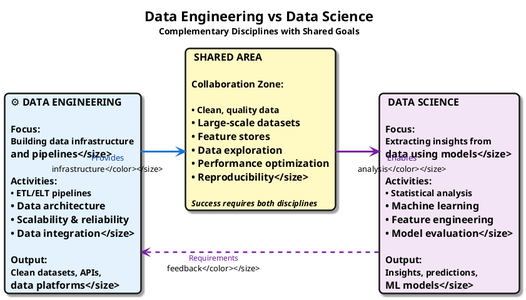
Earlier version of the PlantUML export diagrams/week01/week1_de_vs_ds.png (OrPerets/data-engineering-course).
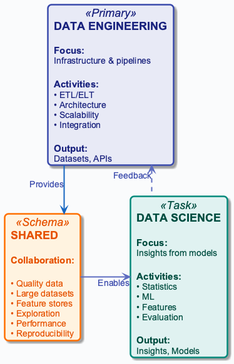
Later version of the same file.

The edit, as a diff of the source:
```diff
@@ -1,34 +1,15 @@
 @startuml
-left to right direction
-skinparam defaultFontName "Segoe UI, Helvetica, sans-serif"
-skinparam defaultFontSize 16
-skinparam roundcorner 15
-skinparam shadowing true
-skinparam linetype ortho
-skinparam nodesep 50
-skinparam ranksep 70
+!include ../_template_styles.puml
+top to bottom direction
 
-skinparam card {
-    FontStyle bold
-    Padding 35
-    BorderThickness 2.5
-}
+card "**DATA ENGINEERING**\n\n<size:15><b>Focus:</b></size>\n<size:14>Infrastructure & pipelines</size>\n\n<size:15><b>Activities:</b></size>\n<size:14>• ETL/ELT</size>\n<size:14>• Architecture</size>\n<size:14>• Scalability</size>\n<size:14>• Integration</size>\n\n<size:15><b>Output:</b></size>\n<size:14>Datasets, APIs</size>" as DE <<Primary>>
 
-skinparam arrow {
-    Thickness 2.5
-    FontSize 13
-}
+card "**DATA SCIENCE**\n\n<size:15><b>Focus:</b></size>\n<size:14>Insights from models</size>\n\n<size:15><b>Activities:</b></size>\n<size:14>• Statistics</size>\n<size:14>• ML</size>\n<size:14>• Features</size>\n<size:14>• Evaluation</size>\n\n<size:15><b>Output:</b></size>\n<size:14>Insights, Models</size>" as DS <<Task>>
 
-title <size:22><b>Data Engineering vs Data Science</b></size>\n<size:14>Complementary Disciplines with Shared Goals</size>
+card "**SHARED**\n\n<size:15><b>Collaboration:</b></size>\n\n<size:14>• Quality data</size>\n<size:14>• Large datasets</size>\n<size:14>• Feature stores</size>\n<size:14>• Exploration</size>\n<size:14>• Performance</size>\n<size:14>• Reproducibility</size>" as O <<Schema>>
 
-card "⚙️ **DATA ENGINEERING**\n\n<size:15><b>Focus:</b></size>\n<size:14>Building data infrastructure\nand pipelines</size>\n\n<size:15><b>Activities:</b></size>\n<size:14>• ETL/ELT pipelines\n• Data architecture\n• Scalability & reliability\n• Data integration</size>\n\n<size:15><b>Output:</b></size>\n<size:14>Clean datasets, APIs,\ndata platforms</size>" as DE #E3F2FD
-
-card "🔬 **DATA SCIENCE**\n\n<size:15><b>Focus:</b></size>\n<size:14>Extracting insights from\ndata using models</size>\n\n<size:15><b>Activities:</b></size>\n<size:14>• Statistical analysis\n• Machine learning\n• Feature engineering\n• Model evaluation</size>\n\n<size:15><b>Output:</b></size>\n<size:14>Insights, predictions,\nML models</size>" as DS #F3E5F5
-
-card "🤝 **SHARED AREA**\n\n<size:15><b>Collaboration Zone:</b></size>\n\n<size:14>• Clean, quality data\n• Large-scale datasets\n• Feature stores\n• Data exploration\n• Performance optimization\n• Reproducibility</size>\n\n<size:13><i>Success requires both disciplines</i></size>" as O #FFF9C4
-
-DE -[#1976D2,thickness=3]-> O : <size:13><color:#0D47A1>Provides\ninfrastructure</color></size>
-O -[#7B1FA2,thickness=3]-> DS : <size:13><color:#4A148C>Enables\nanalysis</color></size>
-DS -[#7B1FA2,thickness=2,dashed]-> DE : <size:12><color:#6A1B9A>Requirements\nfeedback</color></size>
+DE -down[#1565C0,thickness=2]-> O : <color:#3949AB>Provides</color>
+O -right[#5C6BC0,thickness=2]-> DS : <color:#3949AB>Enables</color>
+DS -up[#5C6BC0,thickness=2,dashed]-> DE : <color:#3949AB>Feedback</color>
 
 @enduml
```
